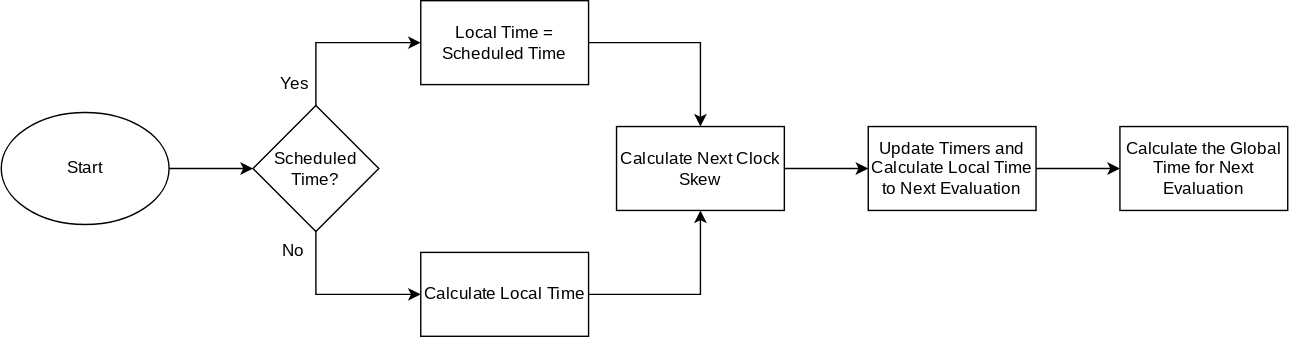
Before: Figures/systemDesign/clockModule/clockSkewFlowchart.svg, a diagram exported from draw.io (Mikkelnn/ES8-Project). Source tidied: cells renumbered, new cells last; positions are measured from the earlier drawing's top-left corner, leaving out a move shared by most shapes.
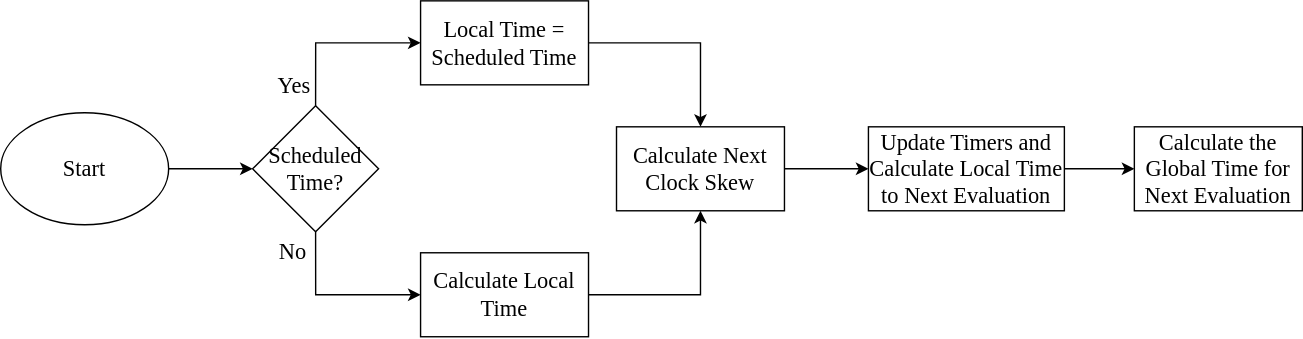
The same diagram one commit later.

What changed in the source:
```diff
@@ -2,53 +2,53 @@
   <root>
     <mxCell id="0" />
     <mxCell id="1" parent="0" />
-    <mxCell id="2" style="edgeStyle=orthogonalEdgeStyle;rounded=0;jettySize=auto;html=1;exitX=1;exitY=0.5;exitDx=0;exitDy=0;fontFamily=modern;fontSource=https%3A%2F%2Fsourceforge.net%2Fprojects%2Fcm-unicode%2F;" parent="1" edge="1" source="3" target="6">
+    <mxCell id="2" style="edgeStyle=orthogonalEdgeStyle;rounded=0;jettySize=auto;html=1;exitX=1;exitY=0.5;exitDx=0;exitDy=0;fontFamily=modern;fontSource=https%3A%2F%2Fsourceforge.net%2Fprojects%2Fcm-unicode%2F;fontSize=16;" parent="1" edge="1" source="3" target="6">
       <mxGeometry relative="1" as="geometry" />
     </mxCell>
-    <mxCell id="3" value="Start" style="ellipse;whiteSpace=wrap;html=1;fontFamily=modern;fontSource=https%3A%2F%2Fsourceforge.net%2Fprojects%2Fcm-unicode%2F;" parent="1" vertex="1">
+    <mxCell id="3" value="Start" style="ellipse;whiteSpace=wrap;html=1;fontFamily=modern;fontSource=https%3A%2F%2Fsourceforge.net%2Fprojects%2Fcm-unicode%2F;fontSize=16;" parent="1" vertex="1">
       <mxGeometry y="80" width="120" height="80" as="geometry" />
     </mxCell>
-    <mxCell id="4" style="edgeStyle=orthogonalEdgeStyle;rounded=0;jettySize=auto;html=1;exitX=0.5;exitY=0;exitDx=0;exitDy=0;entryX=0;entryY=0.5;entryDx=0;entryDy=0;fontFamily=modern;fontSource=https%3A%2F%2Fsourceforge.net%2Fprojects%2Fcm-unicode%2F;" parent="1" edge="1" source="6" target="8">
+    <mxCell id="4" style="edgeStyle=orthogonalEdgeStyle;rounded=0;jettySize=auto;html=1;exitX=0.5;exitY=0;exitDx=0;exitDy=0;entryX=0;entryY=0.5;entryDx=0;entryDy=0;fontFamily=modern;fontSource=https%3A%2F%2Fsourceforge.net%2Fprojects%2Fcm-unicode%2F;fontSize=16;" parent="1" edge="1" source="6" target="8">
       <mxGeometry relative="1" as="geometry" />
     </mxCell>
-    <mxCell id="5" style="edgeStyle=orthogonalEdgeStyle;rounded=0;jettySize=auto;html=1;exitX=0.5;exitY=1;exitDx=0;exitDy=0;entryX=0;entryY=0.5;entryDx=0;entryDy=0;fontFamily=modern;fontSource=https%3A%2F%2Fsourceforge.net%2Fprojects%2Fcm-unicode%2F;" parent="1" edge="1" source="6" target="10">
+    <mxCell id="5" style="edgeStyle=orthogonalEdgeStyle;rounded=0;jettySize=auto;html=1;exitX=0.5;exitY=1;exitDx=0;exitDy=0;entryX=0;entryY=0.5;entryDx=0;entryDy=0;fontFamily=modern;fontSource=https%3A%2F%2Fsourceforge.net%2Fprojects%2Fcm-unicode%2F;fontSize=16;" parent="1" edge="1" source="6" target="10">
       <mxGeometry relative="1" as="geometry" />
     </mxCell>
-    <mxCell id="6" value="Scheduled Time?" style="rhombus;whiteSpace=wrap;html=1;fontFamily=modern;fontSource=https%3A%2F%2Fsourceforge.net%2Fprojects%2Fcm-unicode%2F;" parent="1" vertex="1">
+    <mxCell id="6" value="Scheduled Time?" style="rhombus;whiteSpace=wrap;html=1;fontFamily=modern;fontSource=https%3A%2F%2Fsourceforge.net%2Fprojects%2Fcm-unicode%2F;fontSize=16;" parent="1" vertex="1">
       <mxGeometry x="180" y="75" width="90" height="90" as="geometry" />
     </mxCell>
-    <mxCell id="7" style="edgeStyle=orthogonalEdgeStyle;rounded=0;jettySize=auto;html=1;exitX=1;exitY=0.5;exitDx=0;exitDy=0;entryX=0.5;entryY=0;entryDx=0;entryDy=0;fontFamily=modern;fontSource=https%3A%2F%2Fsourceforge.net%2Fprojects%2Fcm-unicode%2F;" parent="1" edge="1" source="8" target="14">
+    <mxCell id="7" style="edgeStyle=orthogonalEdgeStyle;rounded=0;jettySize=auto;html=1;exitX=1;exitY=0.5;exitDx=0;exitDy=0;entryX=0.5;entryY=0;entryDx=0;entryDy=0;fontFamily=modern;fontSource=https%3A%2F%2Fsourceforge.net%2Fprojects%2Fcm-unicode%2F;fontSize=16;" parent="1" edge="1" source="8" target="14">
       <mxGeometry relative="1" as="geometry" />
     </mxCell>
-    <mxCell id="8" value="Local Time = Scheduled Time" style="rounded=0;whiteSpace=wrap;html=1;fontFamily=modern;fontSource=https%3A%2F%2Fsourceforge.net%2Fprojects%2Fcm-unicode%2F;" parent="1" vertex="1">
+    <mxCell id="8" value="Local Time = Scheduled Time" style="rounded=0;whiteSpace=wrap;html=1;fontFamily=modern;fontSource=https%3A%2F%2Fsourceforge.net%2Fprojects%2Fcm-unicode%2F;fontSize=16;" parent="1" vertex="1">
       <mxGeometry x="300" width="120" height="60" as="geometry" />
     </mxCell>
-    <mxCell id="9" style="edgeStyle=orthogonalEdgeStyle;rounded=0;jettySize=auto;html=1;exitX=1;exitY=0.5;exitDx=0;exitDy=0;entryX=0.5;entryY=1;entryDx=0;entryDy=0;fontFamily=modern;fontSource=https%3A%2F%2Fsourceforge.net%2Fprojects%2Fcm-unicode%2F;" parent="1" edge="1" source="10" target="14">
+    <mxCell id="9" style="edgeStyle=orthogonalEdgeStyle;rounded=0;jettySize=auto;html=1;exitX=1;exitY=0.5;exitDx=0;exitDy=0;entryX=0.5;entryY=1;entryDx=0;entryDy=0;fontFamily=modern;fontSource=https%3A%2F%2Fsourceforge.net%2Fprojects%2Fcm-unicode%2F;fontSize=16;" parent="1" edge="1" source="10" target="14">
       <mxGeometry relative="1" as="geometry" />
     </mxCell>
-    <mxCell id="10" value="Calculate Local Time" style="rounded=0;whiteSpace=wrap;html=1;fontFamily=modern;fontSource=https%3A%2F%2Fsourceforge.net%2Fprojects%2Fcm-unicode%2F;" parent="1" vertex="1">
+    <mxCell id="10" value="Calculate Local Time" style="rounded=0;whiteSpace=wrap;html=1;fontFamily=modern;fontSource=https%3A%2F%2Fsourceforge.net%2Fprojects%2Fcm-unicode%2F;fontSize=16;" parent="1" vertex="1">
       <mxGeometry x="300" y="180" width="120" height="60" as="geometry" />
     </mxCell>
-    <mxCell id="11" value="Yes" style="text;html=1;whiteSpace=wrap;strokeColor=none;fillColor=none;align=center;verticalAlign=middle;rounded=0;fontFamily=modern;fontSource=https%3A%2F%2Fsourceforge.net%2Fprojects%2Fcm-unicode%2F;" parent="1" vertex="1">
+    <mxCell id="11" value="Yes" style="text;html=1;whiteSpace=wrap;strokeColor=none;fillColor=none;align=center;verticalAlign=middle;rounded=0;fontFamily=modern;fontSource=https%3A%2F%2Fsourceforge.net%2Fprojects%2Fcm-unicode%2F;fontSize=16;" parent="1" vertex="1">
       <mxGeometry x="180" y="45" width="60" height="30" as="geometry" />
     </mxCell>
-    <mxCell id="12" value="No" style="text;html=1;whiteSpace=wrap;strokeColor=none;fillColor=none;align=center;verticalAlign=middle;rounded=0;fontFamily=modern;fontSource=https%3A%2F%2Fsourceforge.net%2Fprojects%2Fcm-unicode%2F;" parent="1" vertex="1">
+    <mxCell id="12" value="No" style="text;html=1;whiteSpace=wrap;strokeColor=none;fillColor=none;align=center;verticalAlign=middle;rounded=0;fontFamily=modern;fontSource=https%3A%2F%2Fsourceforge.net%2Fprojects%2Fcm-unicode%2F;fontSize=16;" parent="1" vertex="1">
       <mxGeometry x="179" y="164" width="60" height="30" as="geometry" />
     </mxCell>
-    <mxCell id="13" style="edgeStyle=orthogonalEdgeStyle;rounded=0;jettySize=auto;html=1;fontFamily=modern;fontSource=https%3A%2F%2Fsourceforge.net%2Fprojects%2Fcm-unicode%2F;" parent="1" edge="1" source="14" target="16">
+    <mxCell id="13" style="edgeStyle=orthogonalEdgeStyle;rounded=0;jettySize=auto;html=1;fontFamily=modern;fontSource=https%3A%2F%2Fsourceforge.net%2Fprojects%2Fcm-unicode%2F;fontSize=16;" parent="1" edge="1" source="14" target="16">
       <mxGeometry relative="1" as="geometry" />
     </mxCell>
-    <mxCell id="14" value="Calculate Next Clock Skew" style="rounded=0;whiteSpace=wrap;html=1;fontFamily=modern;fontSource=https%3A%2F%2Fsourceforge.net%2Fprojects%2Fcm-unicode%2F;" parent="1" vertex="1">
+    <mxCell id="14" value="Calculate Next Clock Skew" style="rounded=0;whiteSpace=wrap;html=1;fontFamily=modern;fontSource=https%3A%2F%2Fsourceforge.net%2Fprojects%2Fcm-unicode%2F;fontSize=16;" parent="1" vertex="1">
       <mxGeometry x="440" y="90" width="120" height="60" as="geometry" />
     </mxCell>
-    <mxCell id="15" style="edgeStyle=orthogonalEdgeStyle;rounded=0;jettySize=auto;html=1;fontFamily=modern;fontSource=https%3A%2F%2Fsourceforge.net%2Fprojects%2Fcm-unicode%2F;" parent="1" edge="1" source="16" target="17">
+    <mxCell id="15" style="edgeStyle=orthogonalEdgeStyle;rounded=0;jettySize=auto;html=1;fontFamily=modern;fontSource=https%3A%2F%2Fsourceforge.net%2Fprojects%2Fcm-unicode%2F;fontSize=16;" parent="1" edge="1" source="16" target="17">
       <mxGeometry relative="1" as="geometry" />
     </mxCell>
-    <mxCell id="16" value="Update Timers and Calculate Local Time to Next Evaluation" style="rounded=0;whiteSpace=wrap;html=1;fontFamily=modern;fontSource=https%3A%2F%2Fsourceforge.net%2Fprojects%2Fcm-unicode%2F;" parent="1" vertex="1">
-      <mxGeometry x="620" y="90" width="120" height="60" as="geometry" />
+    <mxCell id="16" value="Update Timers and Calculate Local Time to Next Evaluation" style="rounded=0;whiteSpace=wrap;html=1;fontFamily=modern;fontSource=https%3A%2F%2Fsourceforge.net%2Fprojects%2Fcm-unicode%2F;fontSize=16;" parent="1" vertex="1">
+      <mxGeometry x="620" y="90" width="140" height="60" as="geometry" />
     </mxCell>
-    <mxCell id="17" value="Calculate the Global Time for Next Evaluation" style="rounded=0;whiteSpace=wrap;html=1;fontFamily=modern;fontSource=https%3A%2F%2Fsourceforge.net%2Fprojects%2Fcm-unicode%2F;" parent="1" vertex="1">
-      <mxGeometry x="800" y="90" width="120" height="60" as="geometry" />
+    <mxCell id="17" value="Calculate the Global Time for Next Evaluation" style="rounded=0;whiteSpace=wrap;html=1;fontFamily=modern;fontSource=https%3A%2F%2Fsourceforge.net%2Fprojects%2Fcm-unicode%2F;fontSize=16;" parent="1" vertex="1">
+      <mxGeometry x="810" y="90" width="120" height="60" as="geometry" />
     </mxCell>
   </root>
 </mxGraphModel>
```
